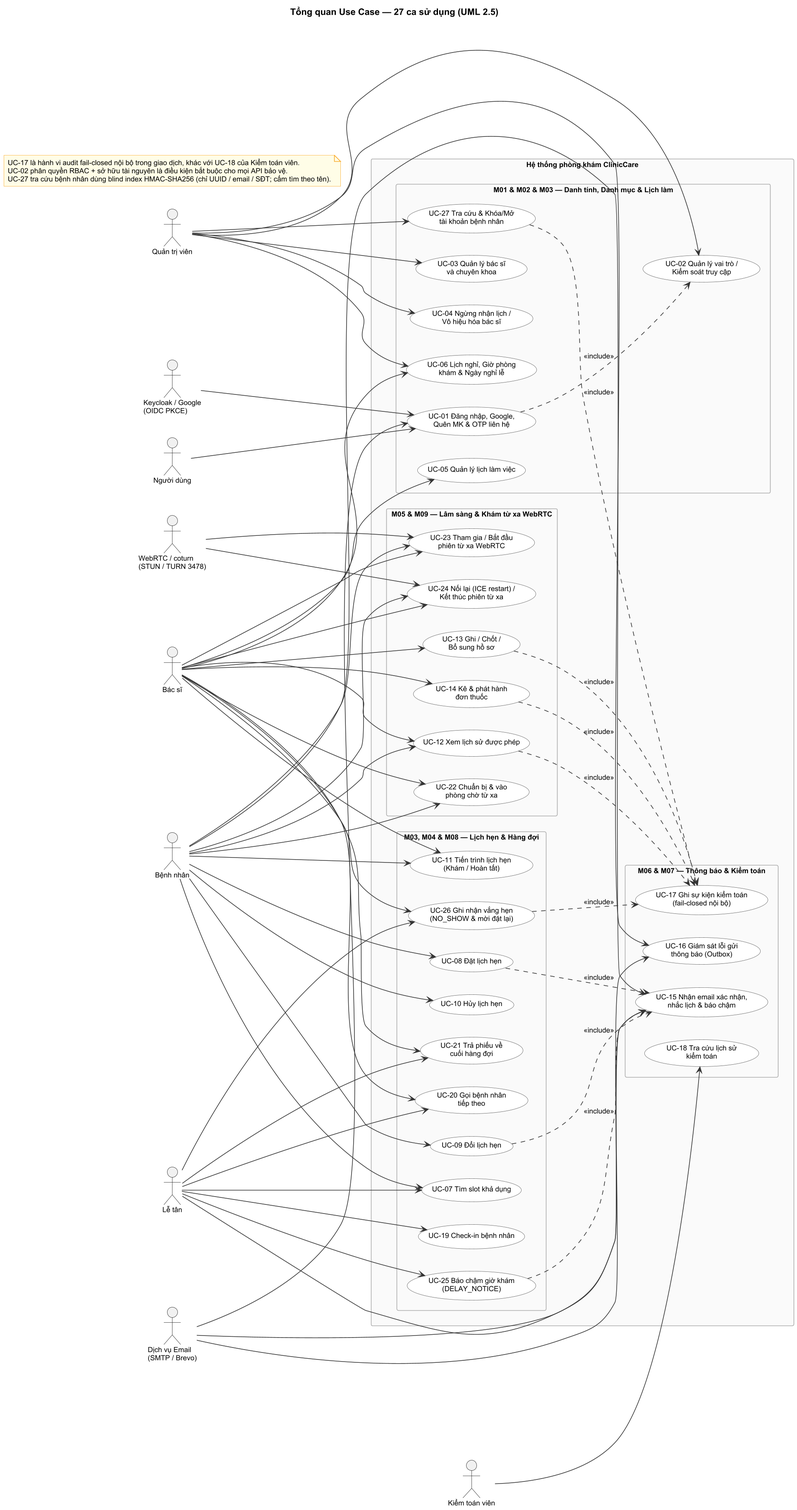
This is docs/design/use-case/use-case-diagram.png from Samie32/SE-project, a PlantUML export, as it was before one commit.
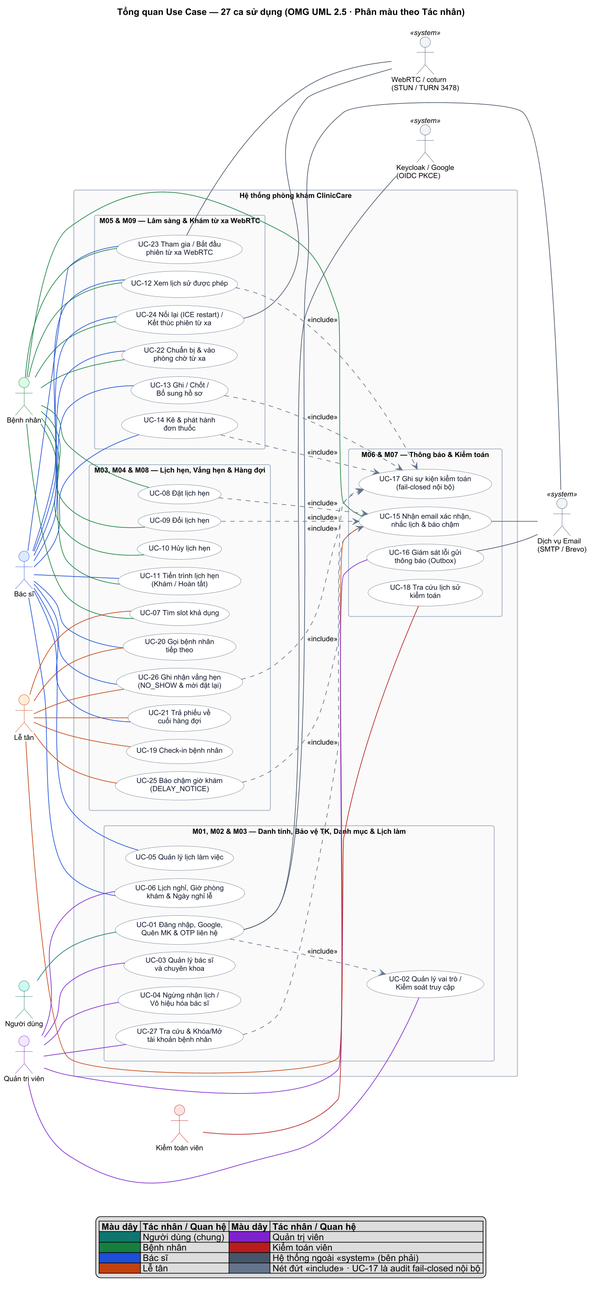
Later version of the same file.

Diff of the diagram source:
```diff
@@ -1,35 +1,38 @@
 @startuml use-case-diagram
 skinparam usecase {
   BackgroundColor White
-  BorderColor #555
-  ArrowColor #333
+  BorderColor #64748B
+  FontColor #0F172A
+}
+skinparam actor {
+  FontName Arial
+  FontSize 11
 }
 skinparam packageStyle rectangle
 skinparam packageBackgroundColor #FAFAFA
-skinparam packageBorderColor #AAAAAA
+skinparam packageBorderColor #94A3B8
 skinparam noteBackgroundColor #FFFDE7
 skinparam noteBorderColor #F9A825
 skinparam shadowing false
 skinparam defaultFontName Arial
 skinparam defaultFontSize 11
 skinparam dpi 150
-title Tổng quan Use Case — 27 ca sử dụng (UML 2.5)
+skinparam nodesep 12
+skinparam ranksep 28
+title Tổng quan Use Case — 27 ca sử dụng (OMG UML 2.5 · Phân màu theo Tác nhân)
 
 left to right direction
 
-actor "Người dùng" as User
-actor "Bệnh nhân" as Patient
-actor "Bác sĩ" as Doctor
-actor "Lễ tân" as Receptionist
-actor "Quản trị viên" as Admin
-actor "Kiểm toán viên" as Auditor
-actor "Keycloak / Google\n(OIDC PKCE)" as IdP
-actor "Dịch vụ Email\n(SMTP / Brevo)" as EmailSvc
-actor "WebRTC / coturn\n(STUN / TURN 3478)" as VideoNet
+actor "Người dùng" as User #CCFBF1;line:0F766E
+actor "Bệnh nhân" as Patient #DCFCE7;line:15803D
+actor "Bác sĩ" as Doctor #DBEAFE;line:1D4ED8
+actor "Lễ tân" as Receptionist #FFEDD5;line:C2410C
+actor "Quản trị viên" as Admin #F3E8FF;line:7E22CE
+actor "Kiểm toán viên" as Auditor #FEE2E2;line:B91C1C
 
 rectangle "Hệ thống phòng khám ClinicCare" {
 
-  package "M01 & M02 & M03 — Danh tính, Danh mục & Lịch làm" {
+  package "M01, M02 & M03 — Danh tính, Bảo vệ TK, Danh mục & Lịch làm" {
     usecase "UC-01 Đăng nhập, Google,\nQuên MK & OTP liên hệ" as UC01
     usecase "UC-02 Quản lý vai trò /\nKiểm soát truy cập" as UC02
     usecase "UC-27 Tra cứu & Khóa/Mở\ntài khoản bệnh nhân" as UC27
@@ -39,7 +42,7 @@
     usecase "UC-06 Lịch nghỉ, Giờ phòng\nkhám & Ngày nghỉ lễ" as UC06
   }
 
-  package "M03, M04 & M08 — Lịch hẹn & Hàng đợi" {
+  package "M03, M04 & M08 — Lịch hẹn, Vắng hẹn & Hàng đợi" {
     usecase "UC-07 Tìm slot khả dụng" as UC07
     usecase "UC-08 Đặt lịch hẹn" as UC08
     usecase "UC-09 Đổi lịch hẹn" as UC09
@@ -69,69 +72,76 @@
   }
 }
 
-note as N1
-  UC-17 là hành vi audit fail-closed nội bộ trong giao dịch, khác với UC-18 của Kiểm toán viên.
-  UC-02 phân quyền RBAC + sở hữu tài nguyên là điều kiện bắt buộc cho mọi API bảo vệ.
-  UC-27 tra cứu bệnh nhân dùng blind index HMAC-SHA256 (chỉ UUID / email / SĐT; cấm tìm theo tên).
-end note
+actor "Keycloak / Google\n(OIDC PKCE)" as IdP <<system>> #F1F5F9;line:475569
+actor "Dịch vụ Email\n(SMTP / Brevo)" as EmailSvc <<system>> #F1F5F9;line:475569
+actor "WebRTC / coturn\n(STUN / TURN 3478)" as VideoNet <<system>> #F1F5F9;line:475569
 
-User --> UC01
-IdP --> UC01
-EmailSvc --> UC01
-UC01 ..> UC02 : <<include>>
+User -[#0F766E]- UC01
 
-Admin --> UC02
-Admin --> UC03
-Admin --> UC04
-Admin --> UC06
-Admin --> UC16
-Admin --> UC27
+Patient -[#15803D]- UC07
+Patient -[#15803D]- UC08
+Patient -[#15803D]- UC09
+Patient -[#15803D]- UC10
+Patient -[#15803D]- UC11
+Patient -[#15803D]- UC12
+Patient -[#15803D]- UC15
+Patient -[#15803D]- UC22
+Patient -[#15803D]- UC23
+Patient -[#15803D]- UC24
 
-Doctor --> UC05
-Doctor --> UC06
-Doctor --> UC11
-Doctor --> UC12
-Doctor --> UC13
-Doctor --> UC14
-Doctor --> UC20
-Doctor --> UC21
-Doctor --> UC22
-Doctor --> UC23
-Doctor --> UC24
-Doctor --> UC26
+Doctor -[#1D4ED8]- UC05
+Doctor -[#1D4ED8]- UC06
+Doctor -[#1D4ED8]- UC11
+Doctor -[#1D4ED8]- UC12
+Doctor -[#1D4ED8]- UC13
+Doctor -[#1D4ED8]- UC14
+Doctor -[#1D4ED8]- UC20
+Doctor -[#1D4ED8]- UC21
+Doctor -[#1D4ED8]- UC22
+Doctor -[#1D4ED8]- UC23
+Doctor -[#1D4ED8]- UC24
+Doctor -[#1D4ED8]- UC26
 
-Patient --> UC07
-Patient --> UC08
-Patient --> UC09
-Patient --> UC10
-Patient --> UC11
-Patient --> UC12
-Patient --> UC22
-Patient --> UC23
-Patient --> UC24
-Patient --> UC15
+Receptionist -[#C2410C]- UC07
+Receptionist -[#C2410C]- UC15
+Receptionist -[#C2410C]- UC19
+Receptionist -[#C2410C]- UC20
+Receptionist -[#C2410C]- UC21
+Receptionist -[#C2410C]- UC25
+Receptionist -[#C2410C]- UC26
 
-Receptionist --> UC07
-Receptionist --> UC15
-Receptionist --> UC19
-Receptionist --> UC20
-Receptionist --> UC21
-Receptionist --> UC25
-Receptionist --> UC26
+Admin -[#7E22CE]- UC02
+Admin -[#7E22CE]- UC03
+Admin -[#7E22CE]- UC04
+Admin -[#7E22CE]- UC06
+Admin -[#7E22CE]- UC16
+Admin -[#7E22CE]- UC27
 
-Auditor --> UC18
-EmailSvc --> UC15
-EmailSvc --> UC16
-VideoNet --> UC23
-VideoNet --> UC24
+Auditor -[#B91C1C]- UC18
 
-UC08 ..> UC15 : <<include>>
-UC09 ..> UC15 : <<include>>
-UC25 ..> UC15 : <<include>>
-UC26 ..> UC17 : <<include>>
-UC27 ..> UC17 : <<include>>
-UC12 ..> UC17 : <<include>>
-UC13 ..> UC17 : <<include>>
-UC14 ..> UC17 : <<include>>
+UC01 -[#475569]- IdP
+UC01 -[#475569]- EmailSvc
+UC15 -[#475569]- EmailSvc
+UC16 -[#475569]- EmailSvc
+UC23 -[#475569]- VideoNet
+UC24 -[#475569]- VideoNet
+
+UC01 .[#64748B].> UC02 : <<include>>
+UC08 .[#64748B].> UC15 : <<include>>
+UC09 .[#64748B].> UC15 : <<include>>
+UC25 .[#64748B].> UC15 : <<include>>
+UC26 .[#64748B].> UC17 : <<include>>
+UC27 .[#64748B].> UC17 : <<include>>
+UC12 .[#64748B].> UC17 : <<include>>
+UC13 .[#64748B].> UC17 : <<include>>
+UC14 .[#64748B].> UC17 : <<include>>
+
+legend bottom
+  |= Màu dây |= Tác nhân / Quan hệ |= Màu dây |= Tác nhân / Quan hệ |
+  |<#0F766E>   | Người dùng (chung) |<#7E22CE>   | Quản trị viên |
+  |<#15803D>   | Bệnh nhân |<#B91C1C>   | Kiểm toán viên |
+  |<#1D4ED8>   | Bác sĩ |<#475569>   | Hệ thống ngoài <<system>> (bên phải) |
+  |<#C2410C>   | Lễ tân |<#64748B>   | Nét đứt <<include>> · UC-17 là audit fail-closed nội bộ |
+endlegend
 
 @enduml
```
